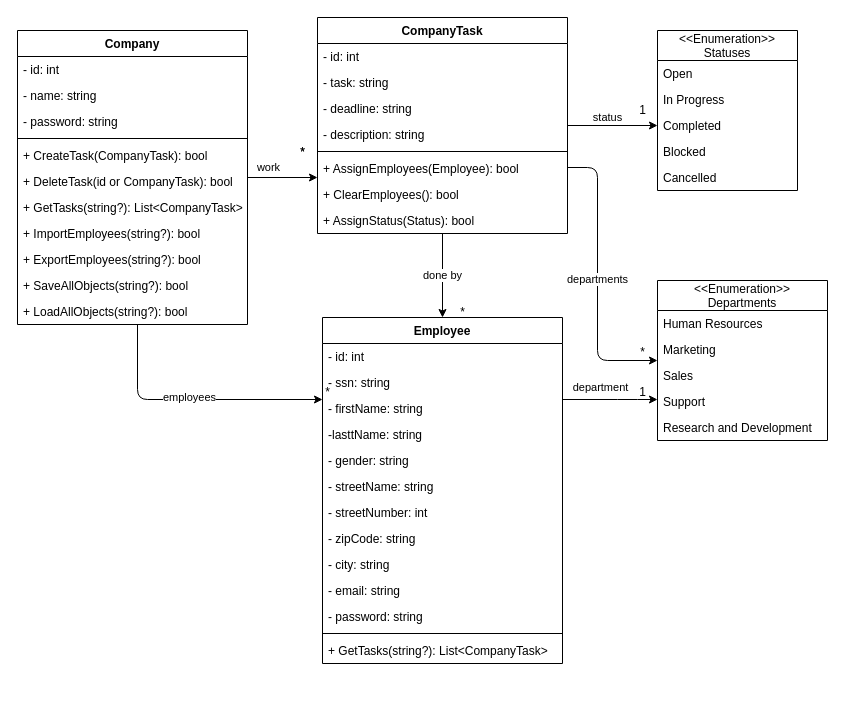
This is zFinal Indv Assg - Work Tasks by Nuno/Docs&others/UML.drawio from N4fta/semester2-software, a draw.io file, before an edit. Source tidied: cells renumbered, new cells numbered last; positions are measured from the earlier drawing's top-left corner, leaving out a move shared by most shapes. Both pictures are drawn from the tidied source at 100%, with x=0, y=0 at pixel (17, 17).
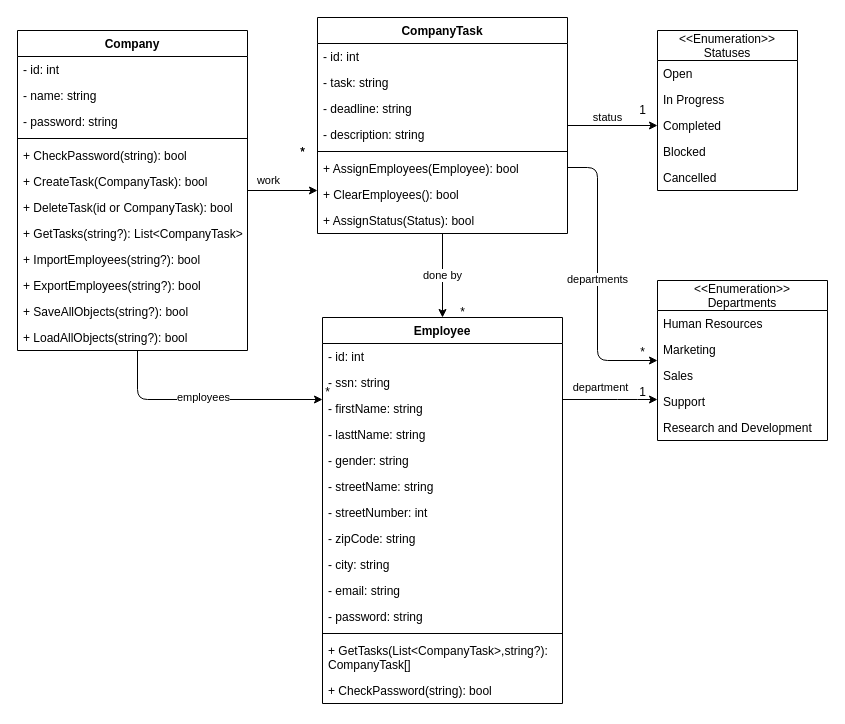
Above is the later version.

What changed in the source:
```diff
@@
     <mxCell id="2" value="Company" style="swimlane;fontStyle=1;align=center;verticalAlign=top;horizontal=1;startSize=26;" parent="1" vertex="1">
-      <mxGeometry y="13" width="230" height="294" as="geometry" />
+      <mxGeometry y="13" width="230" height="320" as="geometry" />
     </mxCell>
@@
+    <mxCell id="67" value="+ CheckPassword(string): bool" style="text;strokeColor=none;fillColor=none;align=left;verticalAlign=top;spacingLeft=4;spacingRight=4;overflow=hidden;" parent="2" vertex="1">
+      <mxGeometry y="112" width="230" height="26" as="geometry" />
+    </mxCell>
     <mxCell id="7" value="+ CreateTask(CompanyTask): bool" style="text;strokeColor=none;fillColor=none;align=left;verticalAlign=top;spacingLeft=4;spacingRight=4;overflow=hidden;" parent="2" vertex="1">
-      <mxGeometry y="112" width="230" height="26" as="geometry" />
+      <mxGeometry y="138" width="230" height="26" as="geometry" />
     </mxCell>
     <mxCell id="8" value="+ DeleteTask(id or CompanyTask): bool" style="text;strokeColor=none;fillColor=none;align=left;verticalAlign=top;spacingLeft=4;spacingRight=4;overflow=hidden;" parent="2" vertex="1">
-      <mxGeometry y="138" width="230" height="26" as="geometry" />
+      <mxGeometry y="164" width="230" height="26" as="geometry" />
     </mxCell>
     <mxCell id="9" value="+ GetTasks(string?): List&lt;CompanyTask&gt;" style="text;strokeColor=none;fillColor=none;align=left;verticalAlign=top;spacingLeft=4;spacingRight=4;overflow=hidden;" parent="2" vertex="1">
-      <mxGeometry y="164" width="230" height="26" as="geometry" />
+      <mxGeometry y="190" width="230" height="26" as="geometry" />
     </mxCell>
     <mxCell id="10" value="+ ImportEmployees(string?): bool" style="text;strokeColor=none;fillColor=none;align=left;verticalAlign=top;spacingLeft=4;spacingRight=4;overflow=hidden;" parent="2" vertex="1">
-      <mxGeometry y="190" width="230" height="26" as="geometry" />
+      <mxGeometry y="216" width="230" height="26" as="geometry" />
     </mxCell>
     <mxCell id="11" value="+ ExportEmployees(string?): bool" style="text;strokeColor=none;fillColor=none;align=left;verticalAlign=top;spacingLeft=4;spacingRight=4;overflow=hidden;" parent="2" vertex="1">
-      <mxGeometry y="216" width="230" height="26" as="geometry" />
+      <mxGeometry y="242" width="230" height="26" as="geometry" />
     </mxCell>
     <mxCell id="12" value="+ SaveAllObjects(string?): bool" style="text;strokeColor=none;fillColor=none;align=left;verticalAlign=top;spacingLeft=4;spacingRight=4;overflow=hidden;" parent="2" vertex="1">
-      <mxGeometry y="242" width="230" height="26" as="geometry" />
+      <mxGeometry y="268" width="230" height="26" as="geometry" />
     </mxCell>
     <mxCell id="13" value="+ LoadAllObjects(string?): bool" style="text;strokeColor=none;fillColor=none;align=left;verticalAlign=top;spacingLeft=4;spacingRight=4;overflow=hidden;" parent="2" vertex="1">
-      <mxGeometry y="268" width="230" height="26" as="geometry" />
+      <mxGeometry y="294" width="230" height="26" as="geometry" />
     </mxCell>
     <mxCell id="14" value="Employee" style="swimlane;fontStyle=1;align=center;verticalAlign=top;horizontal=1;startSize=26;" parent="1" vertex="1">
-      <mxGeometry x="305" y="300" width="240" height="346" as="geometry" />
+      <mxGeometry x="305" y="300" width="240" height="386" as="geometry" />
     </mxCell>
@@
-    <mxCell id="18" value="-lasttName: string" style="text;strokeColor=none;fillColor=none;align=left;verticalAlign=top;spacingLeft=4;spacingRight=4;overflow=hidden;" parent="14" vertex="1">
+    <mxCell id="18" value="- lasttName: string" style="text;strokeColor=none;fillColor=none;align=left;verticalAlign=top;spacingLeft=4;spacingRight=4;overflow=hidden;" parent="14" vertex="1">
       <mxGeometry y="104" width="240" height="26" as="geometry" />
     </mxCell>
@@
-    <mxCell id="27" value="+ GetTasks(string?): List&lt;CompanyTask&gt;" style="text;strokeColor=none;fillColor=none;align=left;verticalAlign=top;spacingLeft=4;spacingRight=4;overflow=hidden;" parent="14" vertex="1">
-      <mxGeometry y="320" width="240" height="26" as="geometry" />
+    <mxCell id="27" value="+ GetTasks(List&lt;CompanyTask&gt;,string?): &#10;CompanyTask[]" style="text;strokeColor=none;fillColor=none;align=left;verticalAlign=top;spacingLeft=4;spacingRight=4;overflow=hidden;" parent="14" vertex="1">
+      <mxGeometry y="320" width="240" height="40" as="geometry" />
     </mxCell>
+    <mxCell id="68" value="+ CheckPassword(string): bool" style="text;strokeColor=none;fillColor=none;align=left;verticalAlign=top;spacingLeft=4;spacingRight=4;overflow=hidden;" parent="14" vertex="1">
+      <mxGeometry y="360" width="240" height="26" as="geometry" />
+    </mxCell>
```
